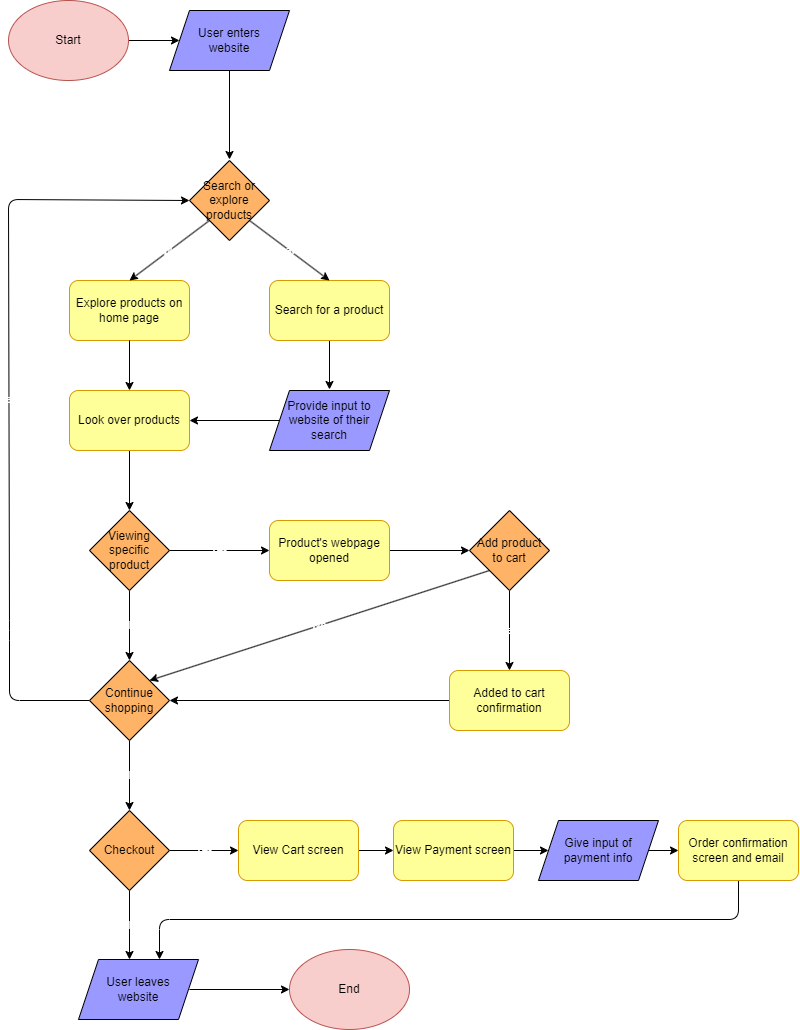
Before: explore/diagramming/diagram.drawio.png, a diagram exported from draw.io (kennethkietvuong/sp24-cse110-lab4). Source tidied: cells renumbered, new cells last; positions are measured from the earlier drawing's top-left corner, leaving out a move shared by most shapes.
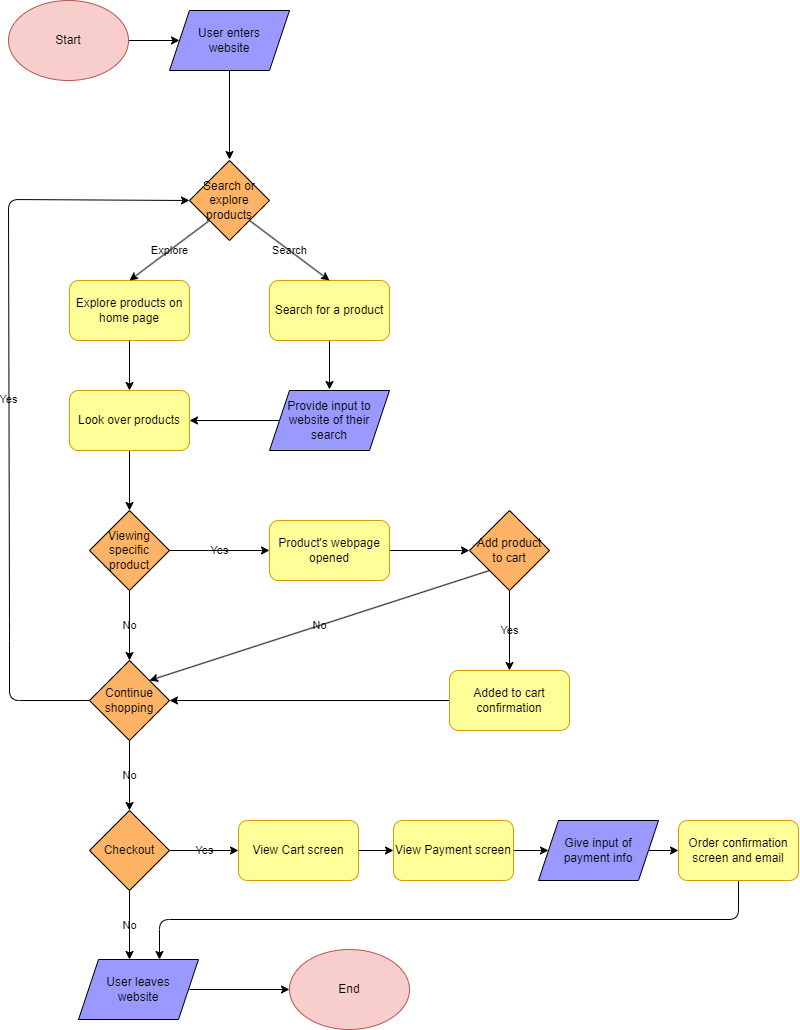
After the commit.

Commit message:
fix diagram text?

What changed in the source:
```diff
@@ -22,10 +22,10 @@
     <mxCell id="7" value="Explore products on home page" style="rounded=1;whiteSpace=wrap;html=1;fillColor=#FFFF99;strokeColor=#d79b00;fontColor=#000000;" parent="1" vertex="1">
       <mxGeometry x="61" y="280" width="120" height="60" as="geometry" />
     </mxCell>
-    <mxCell id="8" value="&lt;font color=&quot;#ffffff&quot;&gt;Search&lt;/font&gt;" style="endArrow=classic;html=1;fontColor=#000000;exitX=1;exitY=1;exitDx=0;exitDy=0;entryX=0.5;entryY=0;entryDx=0;entryDy=0;labelBackgroundColor=none;" parent="1" edge="1" source="6" target="5">
+    <mxCell id="8" value="&lt;font&gt;Search&lt;/font&gt;" style="endArrow=classic;html=1;fontColor=#000000;exitX=1;exitY=1;exitDx=0;exitDy=0;entryX=0.5;entryY=0;entryDx=0;entryDy=0;labelBackgroundColor=none;" parent="1" edge="1" source="6" target="5">
       <mxGeometry relative="1" as="geometry" />
     </mxCell>
-    <mxCell id="9" value="&lt;font color=&quot;#ffffff&quot;&gt;Explore&lt;/font&gt;" style="endArrow=classic;html=1;fontColor=#000000;exitX=0;exitY=1;exitDx=0;exitDy=0;entryX=0.5;entryY=0;entryDx=0;entryDy=0;labelBackgroundColor=none;" parent="1" edge="1" source="6" target="7">
+    <mxCell id="9" value="&lt;font&gt;Explore&lt;/font&gt;" style="endArrow=classic;html=1;fontColor=#000000;exitX=0;exitY=1;exitDx=0;exitDy=0;entryX=0.5;entryY=0;entryDx=0;entryDy=0;labelBackgroundColor=none;" parent="1" edge="1" source="6" target="7">
       <mxGeometry relative="1" as="geometry" />
     </mxCell>
     <mxCell id="10" style="edgeStyle=none;html=1;exitX=0.5;exitY=1;exitDx=0;exitDy=0;entryX=0.5;entryY=0;entryDx=0;entryDy=0;fontColor=#000000;" parent="1" edge="1" source="11" target="15">
@@ -37,12 +37,12 @@
     <mxCell id="12" style="endArrow=classic;html=1;fontColor=#000000;exitX=0.5;exitY=1;exitDx=0;exitDy=0;entryX=0.5;entryY=0;entryDx=0;entryDy=0;" parent="1" edge="1" source="7" target="11">
       <mxGeometry relative="1" as="geometry" />
     </mxCell>
-    <mxCell id="13" value="No" style="edgeStyle=none;html=1;exitX=0.5;exitY=1;exitDx=0;exitDy=0;entryX=0.5;entryY=0;entryDx=0;entryDy=0;fontColor=#FFFFFF;labelBackgroundColor=none;" parent="1" edge="1" source="15">
+    <mxCell id="13" value="No" style="edgeStyle=none;html=1;exitX=0.5;exitY=1;exitDx=0;exitDy=0;entryX=0.5;entryY=0;entryDx=0;entryDy=0;fontColor=#000000;labelBackgroundColor=none;" parent="1" edge="1" source="15">
       <mxGeometry relative="1" as="geometry">
         <mxPoint x="121" y="660" as="targetPoint" />
       </mxGeometry>
     </mxCell>
-    <mxCell id="14" value="Yes" style="edgeStyle=none;html=1;exitX=1;exitY=0.5;exitDx=0;exitDy=0;fontColor=#FFFFFF;entryX=0;entryY=0.5;entryDx=0;entryDy=0;labelBackgroundColor=none;" parent="1" edge="1" source="15" target="17">
+    <mxCell id="14" value="Yes" style="edgeStyle=none;html=1;exitX=1;exitY=0.5;exitDx=0;exitDy=0;fontColor=#000000;entryX=0;entryY=0.5;entryDx=0;entryDy=0;labelBackgroundColor=none;" parent="1" edge="1" source="15" target="17">
       <mxGeometry relative="1" as="geometry" />
     </mxCell>
     <mxCell id="15" value="Viewing specific product" style="rhombus;whiteSpace=wrap;html=1;fontColor=#000000;fillColor=#FFB366;" parent="1" vertex="1">
@@ -54,16 +54,16 @@
     <mxCell id="17" value="Product's webpage opened" style="rounded=1;whiteSpace=wrap;html=1;fillColor=#FFFF99;strokeColor=#d79b00;fontColor=#000000;" parent="1" vertex="1">
       <mxGeometry x="261" y="520" width="120" height="60" as="geometry" />
     </mxCell>
-    <mxCell id="18" value="Yes" style="edgeStyle=none;html=1;exitX=0.5;exitY=1;exitDx=0;exitDy=0;entryX=0.5;entryY=0;entryDx=0;entryDy=0;fontColor=#FFFFFF;labelBackgroundColor=none;" parent="1" edge="1" source="20" target="25">
+    <mxCell id="18" value="Yes" style="edgeStyle=none;html=1;exitX=0.5;exitY=1;exitDx=0;exitDy=0;entryX=0.5;entryY=0;entryDx=0;entryDy=0;fontColor=#000000;labelBackgroundColor=none;" parent="1" edge="1" source="20" target="25">
       <mxGeometry relative="1" as="geometry" />
     </mxCell>
-    <mxCell id="19" value="No" style="edgeStyle=none;html=1;exitX=0;exitY=1;exitDx=0;exitDy=0;entryX=1;entryY=0;entryDx=0;entryDy=0;fontColor=#FFFFFF;labelBackgroundColor=none;" parent="1" edge="1" source="20" target="23">
+    <mxCell id="19" value="No" style="edgeStyle=none;html=1;exitX=0;exitY=1;exitDx=0;exitDy=0;entryX=1;entryY=0;entryDx=0;entryDy=0;fontColor=#000000;labelBackgroundColor=none;" parent="1" edge="1" source="20" target="23">
       <mxGeometry relative="1" as="geometry" />
     </mxCell>
     <mxCell id="20" value="Add product to cart" style="rhombus;whiteSpace=wrap;html=1;fontColor=#000000;fillColor=#FFB366;" parent="1" vertex="1">
       <mxGeometry x="461" y="510" width="80" height="80" as="geometry" />
     </mxCell>
-    <mxCell id="21" value="Yes" style="edgeStyle=none;html=1;exitX=0;exitY=0.5;exitDx=0;exitDy=0;entryX=0;entryY=0.5;entryDx=0;entryDy=0;fontColor=#FFFFFF;labelBackgroundColor=none;" parent="1" edge="1" source="23" target="6">
+    <mxCell id="21" value="Yes" style="edgeStyle=none;html=1;exitX=0;exitY=0.5;exitDx=0;exitDy=0;entryX=0;entryY=0.5;entryDx=0;entryDy=0;fontColor=#000000;labelBackgroundColor=none;" parent="1" edge="1" source="23" target="6">
       <mxGeometry relative="1" as="geometry">
         <Array as="points">
           <mxPoint x="1" y="700" />
@@ -72,7 +72,7 @@
         </Array>
       </mxGeometry>
     </mxCell>
-    <mxCell id="22" value="No" style="edgeStyle=none;html=1;exitX=0.5;exitY=1;exitDx=0;exitDy=0;entryX=0.5;entryY=0;entryDx=0;entryDy=0;fontColor=#FFFFFF;labelBackgroundColor=none;" parent="1" edge="1" source="23" target="28">
+    <mxCell id="22" value="No" style="edgeStyle=none;html=1;exitX=0.5;exitY=1;exitDx=0;exitDy=0;entryX=0.5;entryY=0;entryDx=0;entryDy=0;fontColor=#000000;labelBackgroundColor=none;" parent="1" edge="1" source="23" target="28">
       <mxGeometry relative="1" as="geometry" />
     </mxCell>
     <mxCell id="23" value="Continue shopping" style="rhombus;whiteSpace=wrap;html=1;fontColor=#000000;fillColor=#FFB366;" parent="1" vertex="1">
@@ -84,12 +84,12 @@
     <mxCell id="25" value="Added to cart confirmation" style="rounded=1;whiteSpace=wrap;html=1;fillColor=#FFFF99;strokeColor=#d79b00;fontColor=#000000;" parent="1" vertex="1">
       <mxGeometry x="441" y="670" width="120" height="60" as="geometry" />
     </mxCell>
-    <mxCell id="26" value="No" style="edgeStyle=none;html=1;exitX=0.5;exitY=1;exitDx=0;exitDy=0;entryX=0.5;entryY=0;entryDx=0;entryDy=0;fontColor=#FFFFFF;labelBackgroundColor=none;" parent="1" edge="1" source="28">
+    <mxCell id="26" value="No" style="edgeStyle=none;html=1;exitX=0.5;exitY=1;exitDx=0;exitDy=0;entryX=0.5;entryY=0;entryDx=0;entryDy=0;fontColor=#000000;labelBackgroundColor=none;" parent="1" edge="1" source="28">
       <mxGeometry relative="1" as="geometry">
         <mxPoint x="121" y="959" as="targetPoint" />
       </mxGeometry>
     </mxCell>
-    <mxCell id="27" value="Yes" style="edgeStyle=none;html=1;exitX=1;exitY=0.5;exitDx=0;exitDy=0;entryX=0;entryY=0.5;entryDx=0;entryDy=0;fontColor=#FFFFFF;labelBackgroundColor=none;" parent="1" edge="1" source="28" target="34">
+    <mxCell id="27" value="Yes" style="edgeStyle=none;html=1;exitX=1;exitY=0.5;exitDx=0;exitDy=0;entryX=0;entryY=0.5;entryDx=0;entryDy=0;fontColor=#000000;labelBackgroundColor=none;" parent="1" edge="1" source="28" target="34">
       <mxGeometry relative="1" as="geometry" />
     </mxCell>
     <mxCell id="28" value="Checkout" style="rhombus;whiteSpace=wrap;html=1;fontColor=#000000;fillColor=#FFB366;" parent="1" vertex="1">
```
